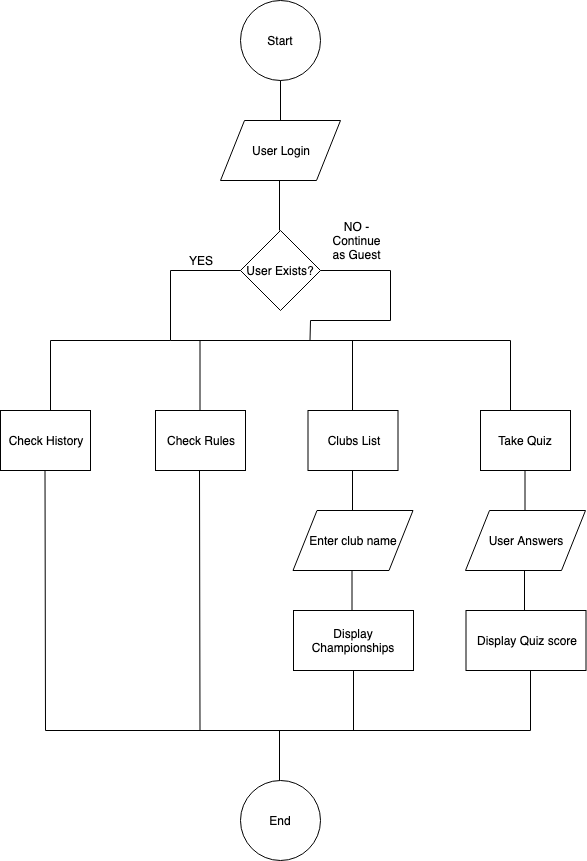
Above: source/Flowchart.png in pankajpawar2/Footy-Terminal-App (draw.io), before the change. Source tidied: cells renumbered, new cells last; positions are measured from the earlier drawing's top-left corner, leaving out a move shared by most shapes.
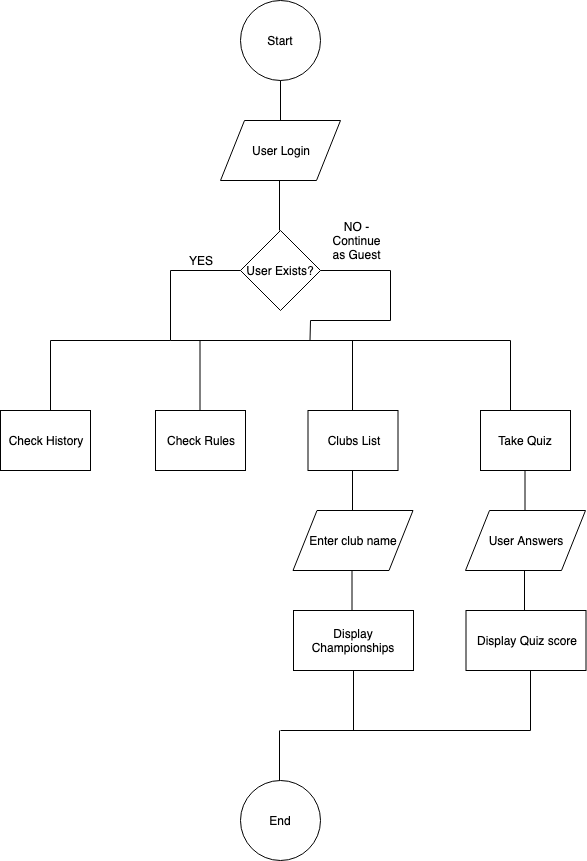
Above is the later version.

Change to the diagram source:
```diff
@@ -152,21 +152,9 @@
     <mxCell id="33" value="End" style="ellipse;whiteSpace=wrap;html=1;" parent="1" vertex="1">
       <mxGeometry x="240" y="780" width="80" height="80" as="geometry" />
     </mxCell>
-    <mxCell id="34" style="endArrow=none;html=1;" parent="1" edge="1">
-      <mxGeometry relative="1" as="geometry">
-        <mxPoint x="45" y="730" as="sourcePoint" />
-        <mxPoint x="44.5" y="470" as="targetPoint" />
-      </mxGeometry>
-    </mxCell>
-    <mxCell id="35" style="endArrow=none;html=1;" parent="1" edge="1">
-      <mxGeometry relative="1" as="geometry">
-        <mxPoint x="199.5" y="730" as="sourcePoint" />
-        <mxPoint x="199" y="470" as="targetPoint" />
-      </mxGeometry>
-    </mxCell>
     <mxCell id="36" style="endArrow=none;html=1;" parent="1" edge="1">
       <mxGeometry relative="1" as="geometry">
-        <mxPoint x="45" y="730" as="sourcePoint" />
+        <mxPoint x="280" y="730" as="sourcePoint" />
         <mxPoint x="530" y="730" as="targetPoint" />
       </mxGeometry>
     </mxCell>
```
